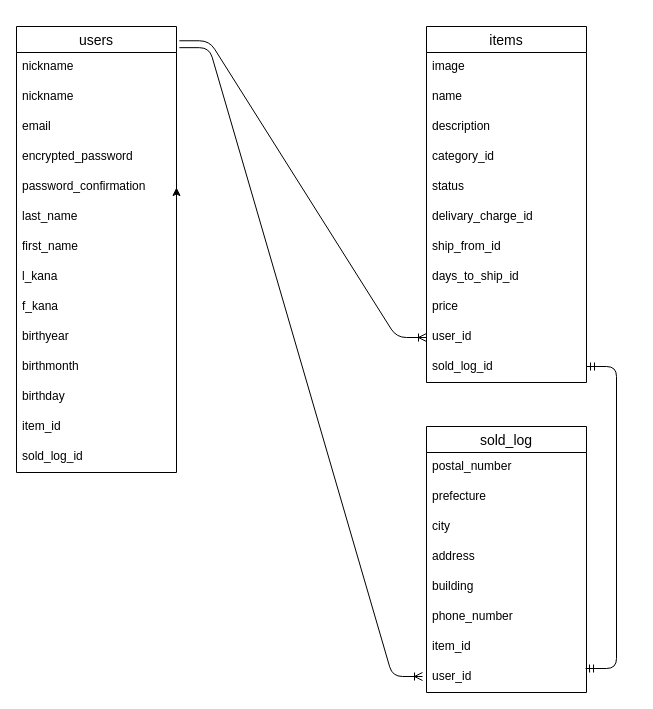
Before: ER.dio in koluhei/furima-36227, a draw.io diagram. Source tidied: cells renumbered, new cells numbered last; positions are measured from the earlier drawing's top-left corner, leaving out a move shared by most shapes. Both pictures are drawn from the tidied source at 100%, with x=0, y=0 at pixel (16, 26).
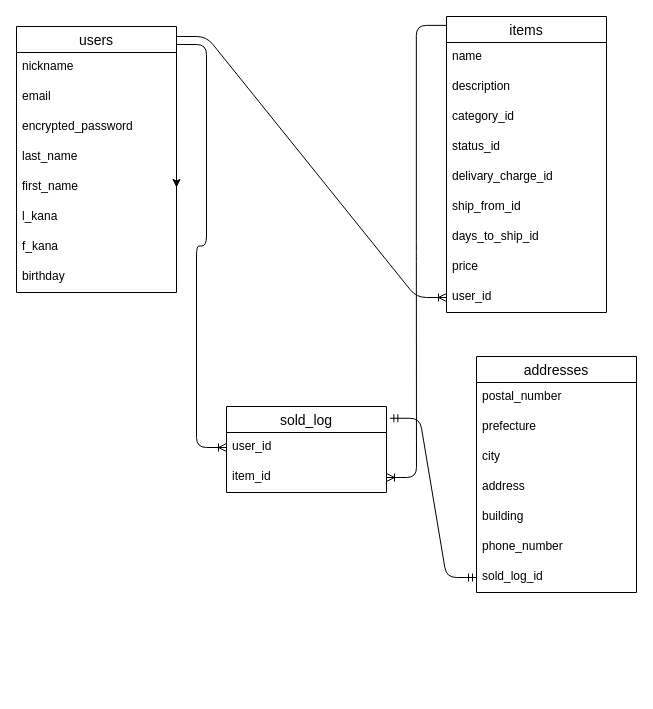
After the change.

Diff of the diagram source:
```diff
@@
     <mxCell id="2" value="users" style="swimlane;fontStyle=0;horizontal=1;startSize=26;align=center;fontSize=14;" parent="1" vertex="1">
-      <mxGeometry width="160" height="446" as="geometry" />
+      <mxGeometry width="160" height="266" as="geometry" />
     </mxCell>
-    <mxCell id="3" value="nickname&#10;" style="text;strokeColor=none;fillColor=none;spacingLeft=4;spacingRight=4;overflow=hidden;points=[[0,0.5],[1,0.5]];portConstraint=eastwest;fontSize=12;" parent="2" vertex="1">
-      <mxGeometry y="26" width="160" height="30" as="geometry" />
-    </mxCell>
     <mxCell id="4" value="nickname&#10;" style="text;strokeColor=none;fillColor=none;spacingLeft=4;spacingRight=4;overflow=hidden;fontSize=12;" parent="2" vertex="1">
-      <mxGeometry y="56" width="160" height="30" as="geometry" />
+      <mxGeometry y="26" width="160" height="30" as="geometry" />
     </mxCell>
     <mxCell id="5" value="email" style="text;strokeColor=none;fillColor=none;spacingLeft=4;spacingRight=4;overflow=hidden;fontSize=12;" parent="2" vertex="1">
-      <mxGeometry y="86" width="160" height="30" as="geometry" />
+      <mxGeometry y="56" width="160" height="30" as="geometry" />
     </mxCell>
     <mxCell id="6" value="encrypted_password" style="text;strokeColor=none;fillColor=none;spacingLeft=4;spacingRight=4;overflow=hidden;fontSize=12;" parent="2" vertex="1">
-      <mxGeometry y="116" width="160" height="30" as="geometry" />
+      <mxGeometry y="86" width="160" height="30" as="geometry" />
     </mxCell>
-    <mxCell id="7" value="password_confirmation" style="text;strokeColor=none;fillColor=none;spacingLeft=4;spacingRight=4;overflow=hidden;fontSize=12;" parent="2" vertex="1">
-      <mxGeometry y="146" width="160" height="30" as="geometry" />
-    </mxCell>
     <mxCell id="8" value="last_name" style="text;strokeColor=none;fillColor=none;spacingLeft=4;spacingRight=4;overflow=hidden;points=[[0,0.5],[1,0.5]];portConstraint=eastwest;fontSize=12;" parent="2" vertex="1">
-      <mxGeometry y="176" width="160" height="30" as="geometry" />
+      <mxGeometry y="116" width="160" height="30" as="geometry" />
     </mxCell>
     <mxCell id="9" value="first_name" style="text;strokeColor=none;fillColor=none;spacingLeft=4;spacingRight=4;overflow=hidden;fontSize=12;" parent="2" vertex="1">
-      <mxGeometry y="206" width="160" height="30" as="geometry" />
+      <mxGeometry y="146" width="160" height="30" as="geometry" />
     </mxCell>
     <mxCell id="10" value="l_kana" style="text;strokeColor=none;fillColor=none;spacingLeft=4;spacingRight=4;overflow=hidden;fontSize=12;" parent="2" vertex="1">
-      <mxGeometry y="236" width="160" height="30" as="geometry" />
+      <mxGeometry y="176" width="160" height="30" as="geometry" />
     </mxCell>
     <mxCell id="11" value="f_kana" style="text;strokeColor=none;fillColor=none;spacingLeft=4;spacingRight=4;overflow=hidden;fontSize=12;" parent="2" vertex="1">
-      <mxGeometry y="266" width="160" height="30" as="geometry" />
+      <mxGeometry y="206" width="160" height="30" as="geometry" />
     </mxCell>
-    <mxCell id="12" value="birthyear" style="text;strokeColor=none;fillColor=none;spacingLeft=4;spacingRight=4;overflow=hidden;fontSize=12;" parent="2" vertex="1">
-      <mxGeometry y="296" width="160" height="30" as="geometry" />
-    </mxCell>
-    <mxCell id="13" value="birthmonth" style="text;strokeColor=none;fillColor=none;spacingLeft=4;spacingRight=4;overflow=hidden;fontSize=12;" parent="2" vertex="1">
-      <mxGeometry y="326" width="160" height="30" as="geometry" />
-    </mxCell>
     <mxCell id="14" value="birthday" style="text;strokeColor=none;fillColor=none;spacingLeft=4;spacingRight=4;overflow=hidden;fontSize=12;" parent="2" vertex="1">
-      <mxGeometry y="356" width="160" height="30" as="geometry" />
+      <mxGeometry y="236" width="160" height="30" as="geometry" />
     </mxCell>
-    <mxCell id="15" value="item_id&#10;" style="text;strokeColor=none;fillColor=none;spacingLeft=4;spacingRight=4;overflow=hidden;fontSize=12;" parent="2" vertex="1">
-      <mxGeometry y="386" width="160" height="30" as="geometry" />
-    </mxCell>
-    <mxCell id="16" value="sold_log_id" style="text;strokeColor=none;fillColor=none;spacingLeft=4;spacingRight=4;overflow=hidden;fontSize=12;" parent="2" vertex="1">
-      <mxGeometry y="416" width="160" height="30" as="geometry" />
-    </mxCell>
     <mxCell id="17" value="items" style="swimlane;fontStyle=0;horizontal=1;startSize=26;align=center;fontSize=14;" parent="1" vertex="1">
-      <mxGeometry x="410" width="160" height="356" as="geometry" />
+      <mxGeometry x="430" y="-10" width="160" height="296" as="geometry" />
     </mxCell>
-    <mxCell id="18" value="image" style="text;strokeColor=none;fillColor=none;spacingLeft=4;spacingRight=4;overflow=hidden;fontSize=12;" parent="17" vertex="1">
-      <mxGeometry y="26" width="160" height="30" as="geometry" />
-    </mxCell>
     <mxCell id="19" value="name" style="text;strokeColor=none;fillColor=none;spacingLeft=4;spacingRight=4;overflow=hidden;fontSize=12;" parent="17" vertex="1">
-      <mxGeometry y="56" width="160" height="30" as="geometry" />
+      <mxGeometry y="26" width="160" height="30" as="geometry" />
     </mxCell>
     <mxCell id="20" value="description" style="text;strokeColor=none;fillColor=none;spacingLeft=4;spacingRight=4;overflow=hidden;fontSize=12;" parent="17" vertex="1">
-      <mxGeometry y="86" width="160" height="30" as="geometry" />
+      <mxGeometry y="56" width="160" height="30" as="geometry" />
     </mxCell>
     <mxCell id="21" value="category_id" style="text;strokeColor=none;fillColor=none;spacingLeft=4;spacingRight=4;overflow=hidden;fontSize=12;" parent="17" vertex="1">
-      <mxGeometry y="116" width="160" height="30" as="geometry" />
+      <mxGeometry y="86" width="160" height="30" as="geometry" />
     </mxCell>
-    <mxCell id="22" value="status" style="text;strokeColor=none;fillColor=none;spacingLeft=4;spacingRight=4;overflow=hidden;fontSize=12;" parent="17" vertex="1">
-      <mxGeometry y="146" width="160" height="30" as="geometry" />
+    <mxCell id="22" value="status_id" style="text;strokeColor=none;fillColor=none;spacingLeft=4;spacingRight=4;overflow=hidden;fontSize=12;" parent="17" vertex="1">
+      <mxGeometry y="116" width="160" height="30" as="geometry" />
     </mxCell>
     <mxCell id="23" value="delivary_charge_id" style="text;strokeColor=none;fillColor=none;spacingLeft=4;spacingRight=4;overflow=hidden;fontSize=12;" parent="17" vertex="1">
-      <mxGeometry y="176" width="160" height="30" as="geometry" />
+      <mxGeometry y="146" width="160" height="30" as="geometry" />
     </mxCell>
     <mxCell id="24" value="ship_from_id" style="text;strokeColor=none;fillColor=none;spacingLeft=4;spacingRight=4;overflow=hidden;fontSize=12;" parent="17" vertex="1">
-      <mxGeometry y="206" width="160" height="30" as="geometry" />
+      <mxGeometry y="176" width="160" height="30" as="geometry" />
     </mxCell>
     <mxCell id="25" value="days_to_ship_id" style="text;strokeColor=none;fillColor=none;spacingLeft=4;spacingRight=4;overflow=hidden;fontSize=12;" parent="17" vertex="1">
-      <mxGeometry y="236" width="160" height="30" as="geometry" />
+      <mxGeometry y="206" width="160" height="30" as="geometry" />
     </mxCell>
     <mxCell id="26" value="price" style="text;strokeColor=none;fillColor=none;spacingLeft=4;spacingRight=4;overflow=hidden;fontSize=12;" parent="17" vertex="1">
-      <mxGeometry y="266" width="160" height="30" as="geometry" />
+      <mxGeometry y="236" width="160" height="30" as="geometry" />
     </mxCell>
     <mxCell id="27" value="user_id" style="text;strokeColor=none;fillColor=none;spacingLeft=4;spacingRight=4;overflow=hidden;points=[[0,0.5],[1,0.5]];portConstraint=eastwest;fontSize=12;" parent="17" vertex="1">
-      <mxGeometry y="296" width="160" height="30" as="geometry" />
+      <mxGeometry y="266" width="160" height="30" as="geometry" />
     </mxCell>
-    <mxCell id="28" value="sold_log_id" style="text;strokeColor=none;fillColor=none;spacingLeft=4;spacingRight=4;overflow=hidden;fontSize=12;" parent="17" vertex="1">
-      <mxGeometry y="326" width="160" height="30" as="geometry" />
-    </mxCell>
-    <mxCell id="29" value="sold_log" style="swimlane;fontStyle=0;horizontal=1;startSize=26;align=center;fontSize=14;" parent="1" vertex="1">
-      <mxGeometry x="410" y="400" width="160" height="266" as="geometry" />
+    <mxCell id="29" value="addresses" style="swimlane;fontStyle=0;horizontal=1;startSize=26;align=center;fontSize=14;" parent="1" vertex="1">
+      <mxGeometry x="460" y="330" width="160" height="236" as="geometry" />
     </mxCell>
@@
+    <mxCell id="42" value="sold_log_id" style="text;strokeColor=none;fillColor=none;spacingLeft=4;spacingRight=4;overflow=hidden;points=[[0,0.5],[1,0.5]];portConstraint=eastwest;fontSize=12;" parent="29" vertex="1">
+      <mxGeometry y="206" width="160" height="30" as="geometry" />
+    </mxCell>
+    <mxCell id="38" style="edgeStyle=orthogonalEdgeStyle;rounded=0;jettySize=auto;html=1;exitX=1;exitY=0.5;exitDx=0;exitDy=0;" parent="1" edge="1" source="8">
+      <mxGeometry relative="1" as="geometry">
+        <mxPoint x="160" y="161" as="targetPoint" />
+      </mxGeometry>
+    </mxCell>
+    <mxCell id="43" value="sold_log" style="swimlane;fontStyle=0;horizontal=1;startSize=26;align=center;fontSize=14;" parent="1" vertex="1">
+      <mxGeometry x="210" y="380" width="160" height="86" as="geometry" />
+    </mxCell>
+    <mxCell id="37" value="user_id" style="text;strokeColor=none;fillColor=none;spacingLeft=4;spacingRight=4;overflow=hidden;points=[[0,0.5],[1,0.5]];portConstraint=eastwest;fontSize=12;" parent="43" vertex="1">
+      <mxGeometry y="26" width="160" height="30" as="geometry" />
+    </mxCell>
-    <mxCell id="36" value="item_id" style="text;strokeColor=none;fillColor=none;spacingLeft=4;spacingRight=4;overflow=hidden;points=[[0,0.5],[1,0.5]];portConstraint=eastwest;fontSize=12;" parent="29" vertex="1">
-      <mxGeometry y="206" width="160" height="30" as="geometry" />
+    <mxCell id="36" value="item_id" style="text;strokeColor=none;fillColor=none;spacingLeft=4;spacingRight=4;overflow=hidden;points=[[0,0.5],[1,0.5]];portConstraint=eastwest;fontSize=12;" parent="43" vertex="1">
+      <mxGeometry y="56" width="160" height="30" as="geometry" />
     </mxCell>
-    <mxCell id="37" value="user_id" style="text;strokeColor=none;fillColor=none;spacingLeft=4;spacingRight=4;overflow=hidden;points=[[0,0.5],[1,0.5]];portConstraint=eastwest;fontSize=12;" parent="29" vertex="1">
-      <mxGeometry y="236" width="160" height="30" as="geometry" />
-    </mxCell>
-    <mxCell id="38" style="edgeStyle=orthogonalEdgeStyle;rounded=0;jettySize=auto;html=1;exitX=1;exitY=0.5;exitDx=0;exitDy=0;" parent="1" edge="1" source="8">
-      <mxGeometry relative="1" as="geometry">
-        <mxPoint x="160" y="161" as="targetPoint" />
-      </mxGeometry>
-    </mxCell>
-    <mxCell id="39" style="edgeStyle=entityRelationEdgeStyle;fontSize=12;html=1;endArrow=ERoneToMany;entryX=0;entryY=0.5;entryDx=0;entryDy=0;exitX=1.018;exitY=0.032;exitDx=0;exitDy=0;exitPerimeter=0;" parent="1" edge="1" source="2" target="27">
-      <mxGeometry relative="1" as="geometry" />
-    </mxCell>
-    <mxCell id="40" style="edgeStyle=entityRelationEdgeStyle;fontSize=12;html=1;endArrow=ERmandOne;startArrow=ERmandOne;entryX=0.994;entryY=0.2;entryDx=0;entryDy=0;entryPerimeter=0;" parent="1" edge="1" target="37">
-      <mxGeometry relative="1" as="geometry">
-        <mxPoint x="570" y="340" as="sourcePoint" />
-      </mxGeometry>
-    </mxCell>
-    <mxCell id="41" style="edgeStyle=entityRelationEdgeStyle;fontSize=12;html=1;endArrow=ERoneToMany;exitX=1.018;exitY=-0.161;exitDx=0;exitDy=0;exitPerimeter=0;" parent="1" edge="1" source="3">
-      <mxGeometry relative="1" as="geometry">
-        <mxPoint x="406" y="650" as="targetPoint" />
-      </mxGeometry>
-    </mxCell>
+    <mxCell id="44" style="edgeStyle=entityRelationEdgeStyle;fontSize=12;html=1;endArrow=ERoneToMany;entryX=0;entryY=0.5;entryDx=0;entryDy=0;" parent="1" edge="1" target="27">
+      <mxGeometry relative="1" as="geometry">
+        <mxPoint x="160" y="10" as="sourcePoint" />
+      </mxGeometry>
+    </mxCell>
+    <mxCell id="45" style="edgeStyle=entityRelationEdgeStyle;fontSize=12;html=1;endArrow=ERoneToMany;exitX=-0.001;exitY=0.03;exitDx=0;exitDy=0;exitPerimeter=0;" parent="1" edge="1" source="17" target="36">
+      <mxGeometry relative="1" as="geometry" />
+    </mxCell>
+    <mxCell id="46" style="edgeStyle=entityRelationEdgeStyle;fontSize=12;html=1;endArrow=ERoneToMany;entryX=0;entryY=0.5;entryDx=0;entryDy=0;" parent="1" edge="1" target="37">
+      <mxGeometry relative="1" as="geometry">
+        <mxPoint x="160" y="18" as="sourcePoint" />
+      </mxGeometry>
+    </mxCell>
+    <mxCell id="47" style="edgeStyle=entityRelationEdgeStyle;fontSize=12;html=1;endArrow=ERmandOne;startArrow=ERmandOne;exitX=0;exitY=0.5;exitDx=0;exitDy=0;entryX=1.021;entryY=0.137;entryDx=0;entryDy=0;entryPerimeter=0;" parent="1" edge="1" source="42" target="43">
+      <mxGeometry relative="1" as="geometry" />
+    </mxCell>
```
